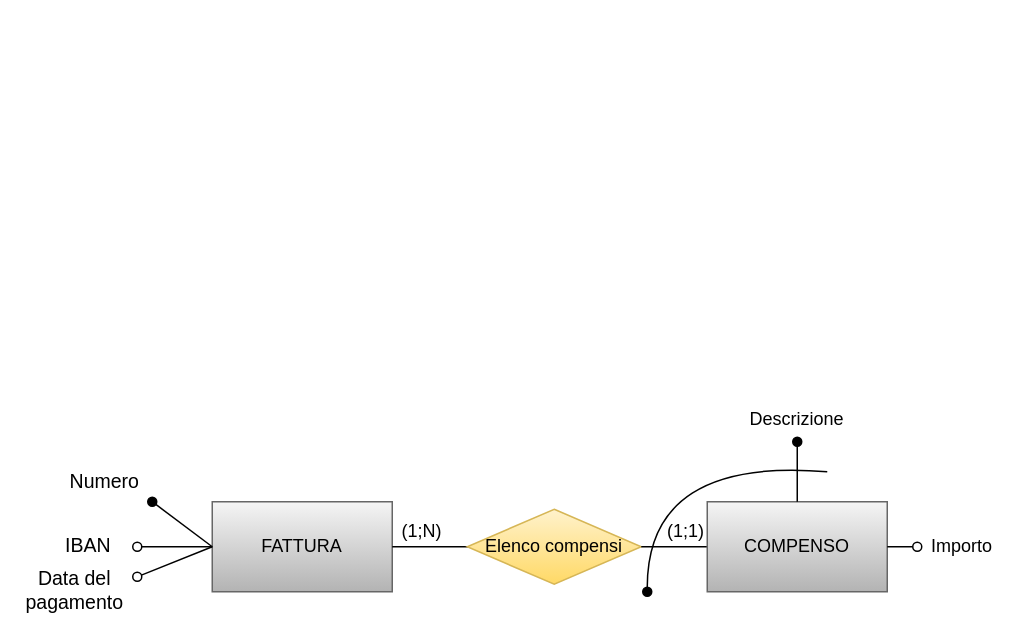
AndreaCiv/BasiDiDati keeps this draw.io diagram as DiagrammaER_Fattura_ristrutturato.drawio. Above is the earlier version. Source tidied: cells renumbered, new cells numbered last; positions are measured from the earlier drawing's top-left corner, leaving out a move shared by most shapes. Both pictures are drawn from the tidied source at 150%, with x=0, y=0 at pixel (136, 396).
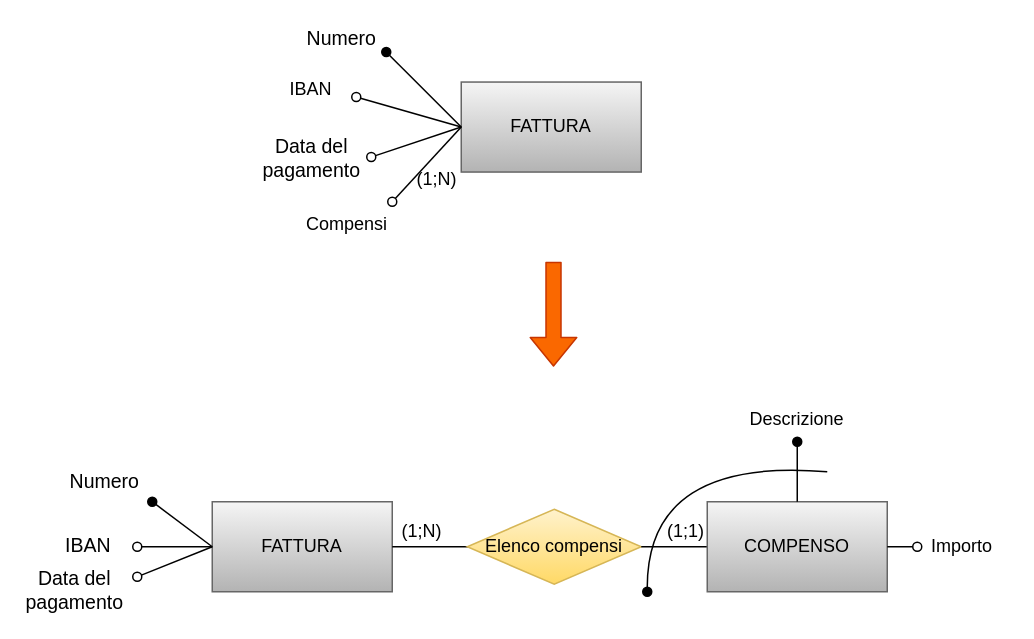
After the change.

Change to the diagram source:
```diff
@@
+    <mxCell id="20" value="FATTURA" style="rounded=0;whiteSpace=wrap;html=1;fillColor=#f5f5f5;gradientColor=#b3b3b3;strokeColor=#666666;" parent="1" vertex="1">
+      <mxGeometry x="216" y="-209.8" width="120" height="60" as="geometry" />
+    </mxCell>
+    <mxCell id="21" style="endArrow=oval;html=1;rounded=0;endFill=1;exitX=1;exitY=0.5;exitDx=0;exitDy=0;" parent="1" edge="1">
+      <mxGeometry relative="1" as="geometry">
+        <mxPoint x="216" y="-179.8" as="sourcePoint" />
+        <mxPoint x="166" y="-229.8" as="targetPoint" />
+      </mxGeometry>
+    </mxCell>
+    <mxCell id="22" value="&lt;font style=&quot;font-size: 13px&quot;&gt;Numero&lt;br&gt;&lt;/font&gt;" style="edgeLabel;html=1;align=center;verticalAlign=middle;" parent="21" vertex="1">
+      <mxGeometry x="0.58" y="2" relative="1" as="geometry">
+        <mxPoint x="-39" y="-22" as="offset" />
+      </mxGeometry>
+    </mxCell>
+    <mxCell id="23" style="endArrow=oval;html=1;rounded=0;fontSize=13;endFill=0;exitX=0;exitY=0.5;exitDx=0;exitDy=0;" parent="1" edge="1" source="20">
+      <mxGeometry relative="1" as="geometry">
+        <mxPoint x="156" y="-159.8" as="targetPoint" />
+      </mxGeometry>
+    </mxCell>
+    <mxCell id="24" value="Data del&lt;br&gt;pagamento" style="edgeLabel;html=1;align=center;verticalAlign=middle;fontSize=13;" parent="23" vertex="1">
+      <mxGeometry x="0.35" y="2" relative="1" as="geometry">
+        <mxPoint x="-60" y="5" as="offset" />
+      </mxGeometry>
+    </mxCell>
+    <mxCell id="25" style="endArrow=oval;html=1;curved=1;endFill=0;" parent="1" edge="1">
+      <mxGeometry relative="1" as="geometry">
+        <mxPoint x="216" y="-179.8" as="sourcePoint" />
+        <mxPoint x="146" y="-199.8" as="targetPoint" />
+      </mxGeometry>
+    </mxCell>
+    <mxCell id="26" value="IBAN" style="text;html=1;strokeColor=none;fillColor=none;align=center;verticalAlign=middle;whiteSpace=wrap;rounded=0;" parent="1" vertex="1">
+      <mxGeometry x="86" y="-219.8" width="60" height="30" as="geometry" />
+    </mxCell>
+    <mxCell id="27" style="endArrow=oval;html=1;curved=1;endFill=0;entryX=1;entryY=0;entryDx=0;entryDy=0;exitX=0;exitY=0.5;exitDx=0;exitDy=0;" parent="1" edge="1" source="20" target="28">
+      <mxGeometry relative="1" as="geometry" />
+    </mxCell>
+    <mxCell id="28" value="Compensi" style="text;html=1;strokeColor=none;fillColor=none;align=center;verticalAlign=middle;whiteSpace=wrap;rounded=0;" parent="1" vertex="1">
+      <mxGeometry x="110" y="-130" width="60" height="30" as="geometry" />
+    </mxCell>
+    <mxCell id="29" style="shape=flexArrow;endArrow=classic;html=1;curved=1;fillColor=#fa6800;strokeColor=#C73500;" parent="1" edge="1">
+      <mxGeometry relative="1" as="geometry">
+        <mxPoint x="277.5" y="-90" as="sourcePoint" />
+        <mxPoint x="277.5" y="-20" as="targetPoint" />
+      </mxGeometry>
+    </mxCell>
+    <mxCell id="30" value="(1;N)" style="text;html=1;strokeColor=none;fillColor=none;align=center;verticalAlign=middle;whiteSpace=wrap;rounded=0;" parent="1" vertex="1">
+      <mxGeometry x="170" y="-160" width="60" height="30" as="geometry" />
+    </mxCell>
```
